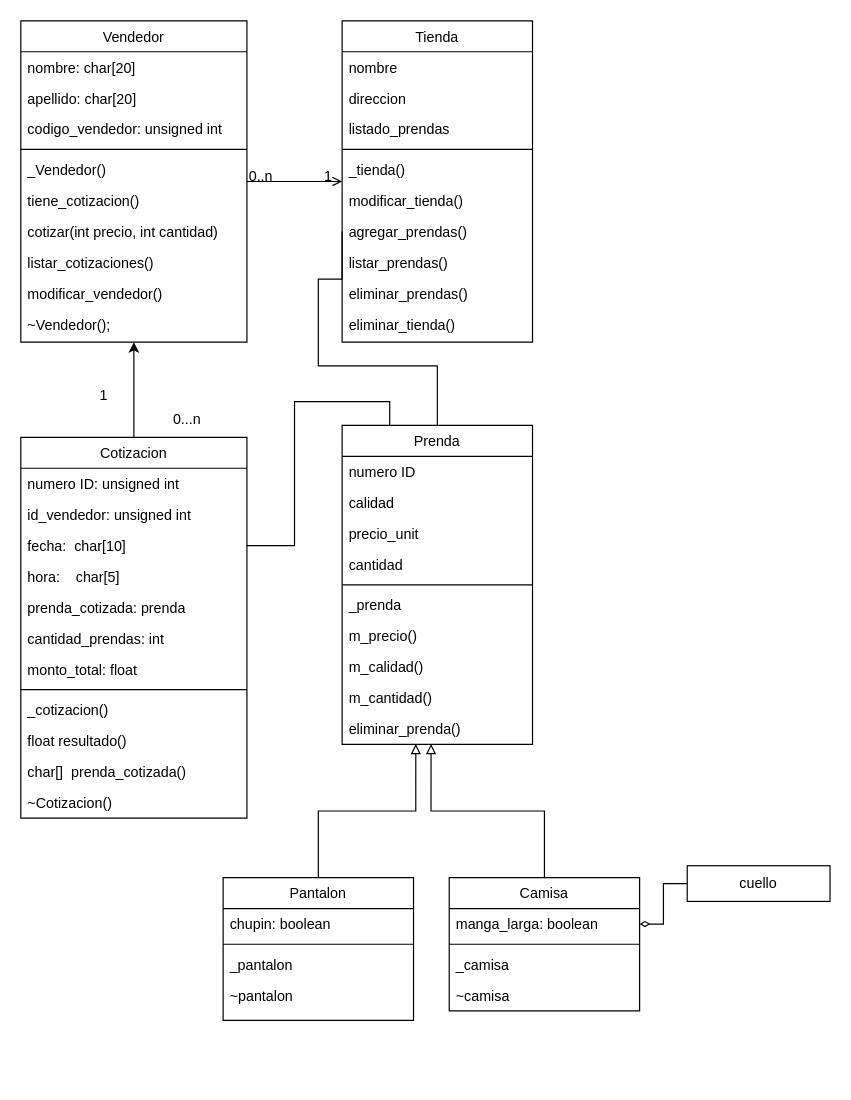
Earlier version of the draw.io diagram Diagrama_Clases.drawio (Santira243/PracticaQuark). Source tidied: cells renumbered, new cells numbered last; positions are measured from the earlier drawing's top-left corner, leaving out a move shared by most shapes. Both pictures are drawn from the tidied source at 119%, with x=0, y=0 at pixel (20, 20).
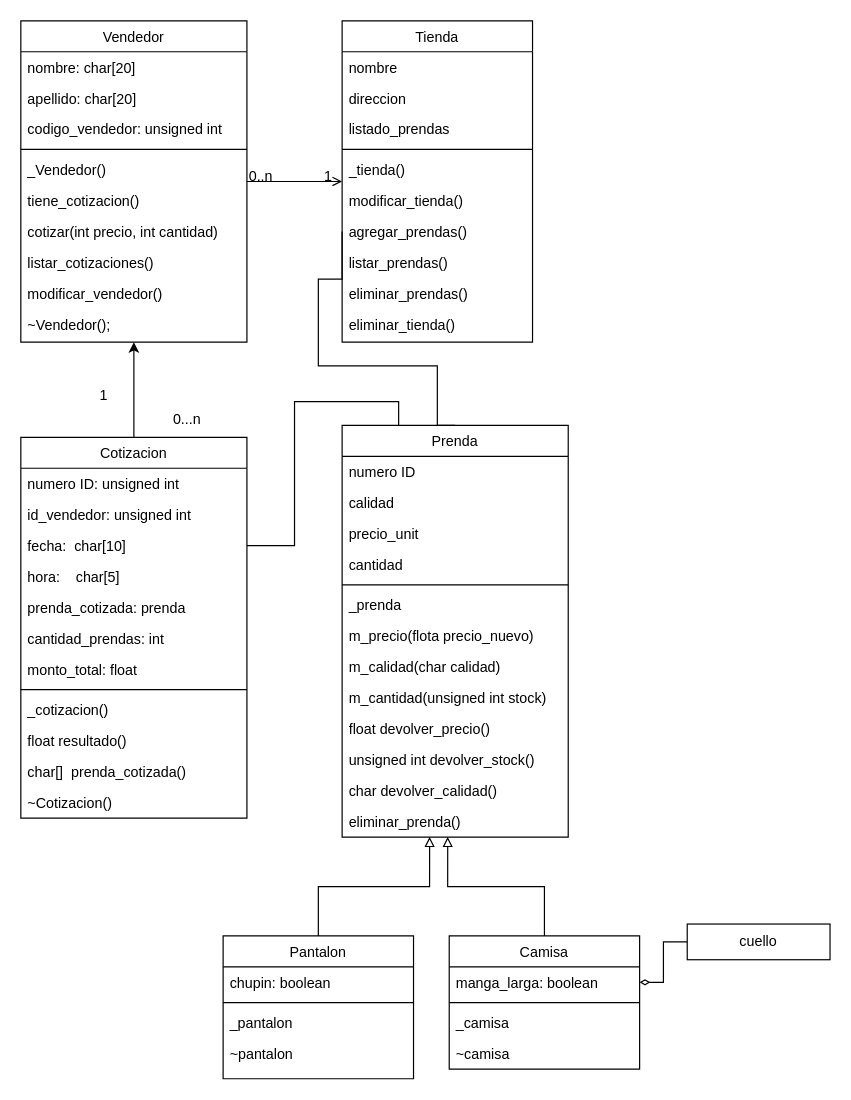
The same page after the edit.

Commit message:
con nuevas clases en prenda

What changed in the source:
```diff
@@
     <mxCell id="42" value="Prenda" style="swimlane;fontStyle=0;align=center;verticalAlign=top;horizontal=1;startSize=26;rounded=0;shadow=0;strokeWidth=1;" parent="1" vertex="1">
-      <mxGeometry x="270" y="340" width="160" height="268" as="geometry" />
+      <mxGeometry x="270" y="340" width="190" height="346" as="geometry" />
     </mxCell>
     <mxCell id="43" value="numero ID" style="text;align=left;verticalAlign=top;spacingLeft=4;spacingRight=4;overflow=hidden;" parent="42" vertex="1">
-      <mxGeometry y="26" width="160" height="26" as="geometry" />
+      <mxGeometry y="26" width="190" height="26" as="geometry" />
     </mxCell>
     <mxCell id="44" value="calidad" style="text;align=left;verticalAlign=top;spacingLeft=4;spacingRight=4;overflow=hidden;rounded=0;shadow=0;html=0;" parent="42" vertex="1">
-      <mxGeometry y="52" width="160" height="26" as="geometry" />
+      <mxGeometry y="52" width="190" height="26" as="geometry" />
     </mxCell>
     <mxCell id="45" value="precio_unit" style="text;align=left;verticalAlign=top;spacingLeft=4;spacingRight=4;overflow=hidden;rounded=0;shadow=0;html=0;" parent="42" vertex="1">
-      <mxGeometry y="78" width="160" height="26" as="geometry" />
+      <mxGeometry y="78" width="190" height="26" as="geometry" />
     </mxCell>
     <mxCell id="46" value="cantidad" style="text;align=left;verticalAlign=top;spacingLeft=4;spacingRight=4;overflow=hidden;rounded=0;shadow=0;html=0;" parent="42" vertex="1">
-      <mxGeometry y="104" width="160" height="26" as="geometry" />
+      <mxGeometry y="104" width="190" height="26" as="geometry" />
     </mxCell>
     <mxCell id="47" style="line;html=1;strokeWidth=1;align=left;verticalAlign=middle;spacingTop=-1;spacingLeft=3;spacingRight=3;labelPosition=right;" parent="42" vertex="1">
-      <mxGeometry y="130" width="160" height="8" as="geometry" />
+      <mxGeometry y="130" width="190" height="8" as="geometry" />
     </mxCell>
     <mxCell id="48" value="_prenda" style="text;align=left;verticalAlign=top;spacingLeft=4;spacingRight=4;overflow=hidden;rounded=0;shadow=0;html=0;" parent="42" vertex="1">
-      <mxGeometry y="138" width="160" height="26" as="geometry" />
+      <mxGeometry y="138" width="190" height="26" as="geometry" />
     </mxCell>
-    <mxCell id="49" value="m_precio()" style="text;align=left;verticalAlign=top;spacingLeft=4;spacingRight=4;overflow=hidden;rounded=0;shadow=0;html=0;" parent="42" vertex="1">
-      <mxGeometry y="164" width="160" height="26" as="geometry" />
+    <mxCell id="49" value="m_precio(flota precio_nuevo)" style="text;align=left;verticalAlign=top;spacingLeft=4;spacingRight=4;overflow=hidden;rounded=0;shadow=0;html=0;" parent="42" vertex="1">
+      <mxGeometry y="164" width="190" height="26" as="geometry" />
     </mxCell>
-    <mxCell id="50" value="m_calidad()" style="text;align=left;verticalAlign=top;spacingLeft=4;spacingRight=4;overflow=hidden;rounded=0;shadow=0;html=0;" parent="42" vertex="1">
-      <mxGeometry y="190" width="160" height="26" as="geometry" />
+    <mxCell id="50" value="m_calidad(char calidad)" style="text;align=left;verticalAlign=top;spacingLeft=4;spacingRight=4;overflow=hidden;rounded=0;shadow=0;html=0;" parent="42" vertex="1">
+      <mxGeometry y="190" width="190" height="26" as="geometry" />
     </mxCell>
-    <mxCell id="51" value="m_cantidad()" style="text;align=left;verticalAlign=top;spacingLeft=4;spacingRight=4;overflow=hidden;rounded=0;shadow=0;html=0;" parent="42" vertex="1">
-      <mxGeometry y="216" width="160" height="26" as="geometry" />
+    <mxCell id="51" value="m_cantidad(unsigned int stock)" style="text;align=left;verticalAlign=top;spacingLeft=4;spacingRight=4;overflow=hidden;rounded=0;shadow=0;html=0;" parent="42" vertex="1">
+      <mxGeometry y="216" width="190" height="26" as="geometry" />
     </mxCell>
+    <mxCell id="70" value="float devolver_precio()" style="text;align=left;verticalAlign=top;spacingLeft=4;spacingRight=4;overflow=hidden;rounded=0;shadow=0;html=0;" parent="42" vertex="1">
+      <mxGeometry y="242" width="190" height="26" as="geometry" />
+    </mxCell>
+    <mxCell id="71" value="unsigned int devolver_stock()" style="text;align=left;verticalAlign=top;spacingLeft=4;spacingRight=4;overflow=hidden;rounded=0;shadow=0;html=0;" parent="42" vertex="1">
+      <mxGeometry y="268" width="190" height="26" as="geometry" />
+    </mxCell>
+    <mxCell id="72" value="char devolver_calidad()" style="text;align=left;verticalAlign=top;spacingLeft=4;spacingRight=4;overflow=hidden;rounded=0;shadow=0;html=0;" parent="42" vertex="1">
+      <mxGeometry y="294" width="190" height="26" as="geometry" />
+    </mxCell>
     <mxCell id="52" value="eliminar_prenda()&#10;" style="text;align=left;verticalAlign=top;spacingLeft=4;spacingRight=4;overflow=hidden;points=[[0,0.5],[1,0.5]];portConstraint=eastwest;rounded=0;shadow=0;html=0;" parent="42" vertex="1">
-      <mxGeometry y="242" width="160" height="26" as="geometry" />
+      <mxGeometry y="320" width="190" height="26" as="geometry" />
     </mxCell>
@@
     <mxCell id="55" value="Pantalon" style="swimlane;fontStyle=0;align=center;verticalAlign=top;horizontal=1;startSize=26;rounded=0;shadow=0;strokeWidth=1;" parent="1" vertex="1">
-      <mxGeometry x="170" y="720" width="160" height="120" as="geometry" />
+      <mxGeometry x="170" y="769" width="160" height="120" as="geometry" />
     </mxCell>
@@
     <mxCell id="61" value="Camisa" style="swimlane;fontStyle=0;align=center;verticalAlign=top;horizontal=1;startSize=26;rounded=0;shadow=0;strokeWidth=1;" parent="1" vertex="1">
-      <mxGeometry x="360" y="720" width="160" height="112" as="geometry" />
+      <mxGeometry x="360" y="769" width="160" height="112" as="geometry" />
     </mxCell>
@@
     <mxCell id="69" value="cuello" style="rounded=0;whiteSpace=wrap;html=1;" parent="1" vertex="1">
-      <mxGeometry x="560" y="710" width="120" height="30" as="geometry" />
+      <mxGeometry x="560" y="759" width="120" height="30" as="geometry" />
     </mxCell>
```
